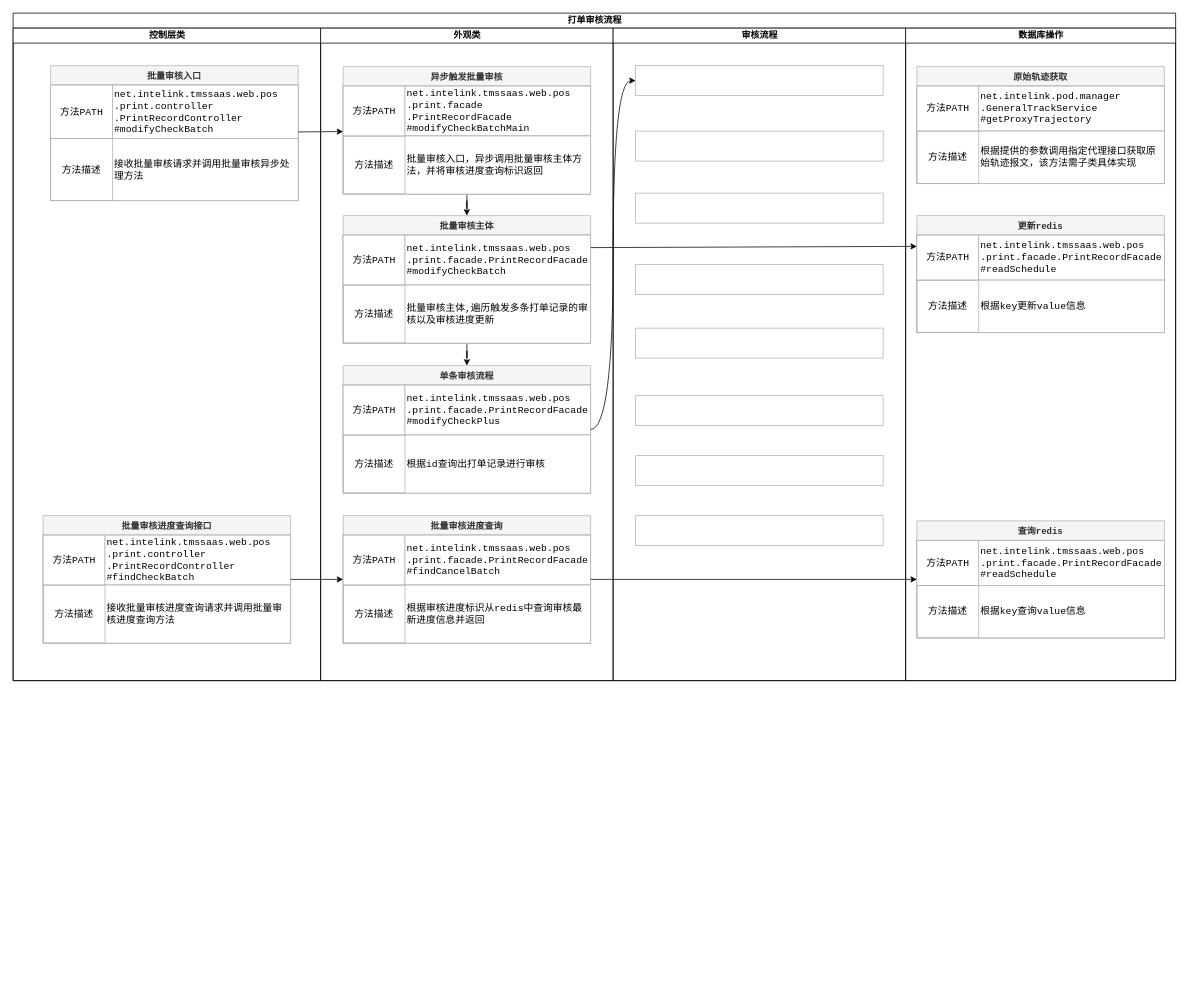
Earlier version of the draw.io diagram 交接相关图.drawio (xianguigit/drawio). Source tidied: cells renumbered, new cells numbered last; positions are measured from the earlier drawing's top-left corner, leaving out a move shared by most shapes. Both pictures are drawn from the tidied source at 75%, with x=0, y=0 at pixel (13, 13).
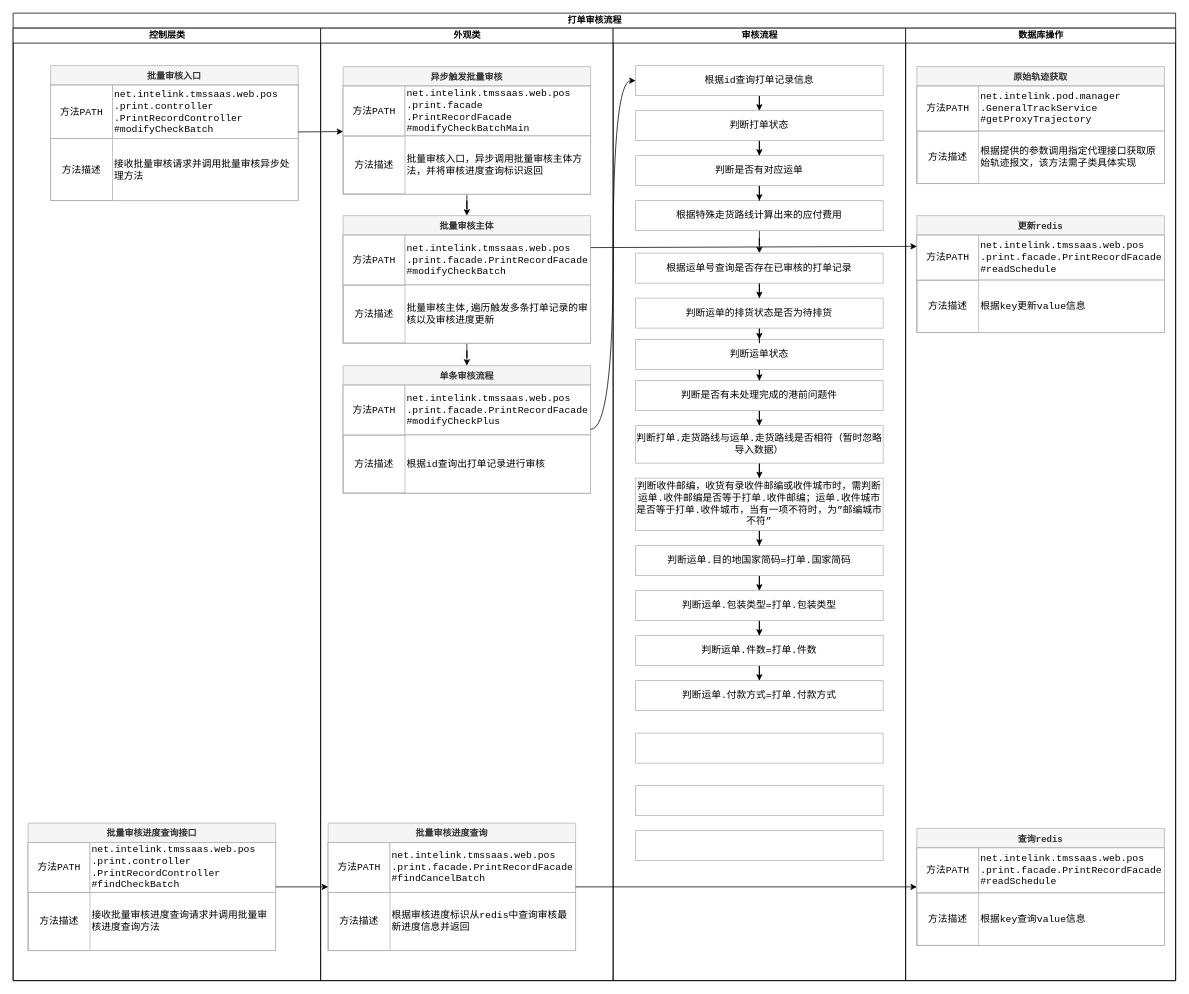
Above is the later version.

Commit message (it also covers changes not shown here):
更新交接相关图.drawio

Diff of the diagram source:
```diff
@@
     <mxCell id="2" value="打单审核流程" style="swimlane;html=1;startSize=20;" parent="1" vertex="1">
-      <mxGeometry width="1550" height="890" as="geometry" />
+      <mxGeometry width="1550" height="1290" as="geometry" />
     </mxCell>
     <mxCell id="3" value="控制层类" style="swimlane;html=1;startSize=20;" parent="2" vertex="1">
-      <mxGeometry y="20" width="410" height="870" as="geometry" />
+      <mxGeometry y="20" width="410" height="1270" as="geometry" />
     </mxCell>
@@
     <mxCell id="12" value="批量审核进度查询接口" style="swimlane;fontStyle=1;horizontal=1;startSize=26;fillColor=#f5f5f5;align=center;fontColor=#333333;strokeColor=#B3B3B3;fontFamily=Courier New;fontSize=12;swimlaneLine=1;" parent="3" vertex="1">
-      <mxGeometry x="40" y="650" width="330" height="170" as="geometry" />
+      <mxGeometry x="20" y="1060" width="330" height="170" as="geometry" />
     </mxCell>
@@
     <mxCell id="20" value="外观类" style="swimlane;html=1;startSize=20;" parent="2" vertex="1">
-      <mxGeometry x="410" y="20" width="390" height="870" as="geometry" />
+      <mxGeometry x="410" y="20" width="390" height="1270" as="geometry" />
     </mxCell>
@@
     <mxCell id="47" value="批量审核进度查询" style="swimlane;fontStyle=1;horizontal=1;startSize=26;fillColor=#f5f5f5;align=center;fontColor=#333333;strokeColor=#B3B3B3;fontFamily=Courier New;fontSize=12;swimlaneLine=1;" parent="20" vertex="1">
-      <mxGeometry x="30" y="650" width="330" height="170" as="geometry" />
+      <mxGeometry x="10" y="1060" width="330" height="170" as="geometry" />
     </mxCell>
@@
+    <mxCell id="92" style="edgeStyle=orthogonalEdgeStyle;rounded=0;jettySize=auto;html=1;" parent="2" edge="1" source="47" target="73">
+      <mxGeometry relative="1" as="geometry" />
+    </mxCell>
+    <mxCell id="91" style="edgeStyle=orthogonalEdgeStyle;rounded=0;jettySize=auto;html=1;" parent="2" edge="1" source="12" target="47">
+      <mxGeometry relative="1" as="geometry" />
+    </mxCell>
     <mxCell id="55" value="审核流程" style="swimlane;html=1;startSize=20;" parent="2" vertex="1">
-      <mxGeometry x="800" y="20" width="390" height="870" as="geometry" />
+      <mxGeometry x="800" y="20" width="390" height="1270" as="geometry" />
     </mxCell>
+    <mxCell id="94" style="edgeStyle=orthogonalEdgeStyle;rounded=0;jettySize=auto;html=1;" parent="55" edge="1" source="56" target="57">
+      <mxGeometry relative="1" as="geometry" />
+    </mxCell>
-    <mxCell id="56" style="whiteSpace=wrap;html=1;rounded=0;fontFamily=Courier New;fontSize=13;align=center;strokeColor=#B3B3B3;" parent="55" vertex="1">
+    <mxCell id="56" value="根据id查询打单记录信息" style="whiteSpace=wrap;html=1;rounded=0;fontFamily=Courier New;fontSize=13;align=center;strokeColor=#B3B3B3;" parent="55" vertex="1">
       <mxGeometry x="30" y="50" width="330" height="40" as="geometry" />
     </mxCell>
+    <mxCell id="95" style="edgeStyle=orthogonalEdgeStyle;rounded=0;jettySize=auto;html=1;" parent="55" edge="1" source="57" target="103">
+      <mxGeometry relative="1" as="geometry" />
+    </mxCell>
-    <mxCell id="57" style="whiteSpace=wrap;html=1;rounded=0;fontFamily=Courier New;fontSize=13;align=center;strokeColor=#B3B3B3;" parent="55" vertex="1">
-      <mxGeometry x="30" y="137.3" width="330" height="40" as="geometry" />
+    <mxCell id="57" value="判断打单状态" style="whiteSpace=wrap;html=1;rounded=0;fontFamily=Courier New;fontSize=13;align=center;strokeColor=#B3B3B3;" parent="55" vertex="1">
+      <mxGeometry x="30" y="110" width="330" height="40" as="geometry" />
     </mxCell>
+    <mxCell id="96" style="edgeStyle=orthogonalEdgeStyle;rounded=0;jettySize=auto;html=1;" parent="55" edge="1" source="58" target="59">
+      <mxGeometry relative="1" as="geometry" />
+    </mxCell>
-    <mxCell id="58" style="whiteSpace=wrap;html=1;rounded=0;fontFamily=Courier New;fontSize=13;align=center;strokeColor=#B3B3B3;" parent="55" vertex="1">
-      <mxGeometry x="30" y="220" width="330" height="40" as="geometry" />
+    <mxCell id="58" value="根据特殊走货路线计算出来的应付费用" style="whiteSpace=wrap;html=1;rounded=0;fontFamily=Courier New;fontSize=13;align=center;strokeColor=#B3B3B3;" parent="55" vertex="1">
+      <mxGeometry x="30" y="230" width="330" height="40" as="geometry" />
     </mxCell>
+    <mxCell id="97" style="edgeStyle=orthogonalEdgeStyle;rounded=0;jettySize=auto;html=1;" parent="55" edge="1" source="59" target="105">
+      <mxGeometry relative="1" as="geometry" />
+    </mxCell>
-    <mxCell id="59" style="whiteSpace=wrap;html=1;rounded=0;fontFamily=Courier New;fontSize=13;align=center;strokeColor=#B3B3B3;" parent="55" vertex="1">
-      <mxGeometry x="30" y="315" width="330" height="40" as="geometry" />
+    <mxCell id="59" value="根据运单号查询是否存在已审核的打单记录" style="whiteSpace=wrap;html=1;rounded=0;fontFamily=Courier New;fontSize=13;align=center;strokeColor=#B3B3B3;" parent="55" vertex="1">
+      <mxGeometry x="30" y="300" width="330" height="40" as="geometry" />
     </mxCell>
+    <mxCell id="98" style="edgeStyle=orthogonalEdgeStyle;rounded=0;jettySize=auto;html=1;" parent="55" edge="1" source="60" target="107">
+      <mxGeometry relative="1" as="geometry" />
+    </mxCell>
-    <mxCell id="60" style="whiteSpace=wrap;html=1;rounded=0;fontFamily=Courier New;fontSize=13;align=center;strokeColor=#B3B3B3;" parent="55" vertex="1">
-      <mxGeometry x="30" y="400" width="330" height="40" as="geometry" />
+    <mxCell id="60" value="判断运单状态" style="whiteSpace=wrap;html=1;rounded=0;fontFamily=Courier New;fontSize=13;align=center;strokeColor=#B3B3B3;" parent="55" vertex="1">
+      <mxGeometry x="30" y="415" width="330" height="40" as="geometry" />
     </mxCell>
+    <mxCell id="99" style="edgeStyle=orthogonalEdgeStyle;rounded=0;jettySize=auto;html=1;" parent="55" edge="1" source="61" target="62">
+      <mxGeometry relative="1" as="geometry" />
+    </mxCell>
-    <mxCell id="61" style="whiteSpace=wrap;html=1;rounded=0;fontFamily=Courier New;fontSize=13;align=center;strokeColor=#B3B3B3;" parent="55" vertex="1">
-      <mxGeometry x="30" y="490" width="330" height="40" as="geometry" />
+    <mxCell id="61" value="判断运单.目的地国家简码=打单.国家简码" style="whiteSpace=wrap;html=1;rounded=0;fontFamily=Courier New;fontSize=13;align=center;strokeColor=#B3B3B3;" parent="55" vertex="1">
+      <mxGeometry x="30" y="690" width="330" height="40" as="geometry" />
     </mxCell>
+    <mxCell id="100" style="edgeStyle=orthogonalEdgeStyle;rounded=0;jettySize=auto;html=1;" parent="55" edge="1" source="62" target="63">
+      <mxGeometry relative="1" as="geometry" />
+    </mxCell>
-    <mxCell id="62" style="whiteSpace=wrap;html=1;rounded=0;fontFamily=Courier New;fontSize=13;align=center;strokeColor=#B3B3B3;" parent="55" vertex="1">
-      <mxGeometry x="30" y="570" width="330" height="40" as="geometry" />
+    <mxCell id="62" value="判断运单.包装类型=打单.包装类型" style="whiteSpace=wrap;html=1;rounded=0;fontFamily=Courier New;fontSize=13;align=center;strokeColor=#B3B3B3;" parent="55" vertex="1">
+      <mxGeometry x="30" y="750" width="330" height="40" as="geometry" />
     </mxCell>
+    <mxCell id="101" style="edgeStyle=orthogonalEdgeStyle;rounded=0;jettySize=auto;html=1;" parent="55" edge="1" source="63" target="115">
+      <mxGeometry relative="1" as="geometry" />
+    </mxCell>
-    <mxCell id="63" style="whiteSpace=wrap;html=1;rounded=0;fontFamily=Courier New;fontSize=13;align=center;strokeColor=#B3B3B3;" parent="55" vertex="1">
-      <mxGeometry x="30" y="650" width="330" height="40" as="geometry" />
+    <mxCell id="63" value="判断运单.件数=打单.件数" style="whiteSpace=wrap;html=1;rounded=0;fontFamily=Courier New;fontSize=13;align=center;strokeColor=#B3B3B3;" parent="55" vertex="1">
+      <mxGeometry x="30" y="810" width="330" height="40" as="geometry" />
     </mxCell>
+    <mxCell id="102" style="edgeStyle=orthogonalEdgeStyle;rounded=0;jettySize=auto;html=1;" parent="55" edge="1" source="103" target="58">
+      <mxGeometry relative="1" as="geometry" />
+    </mxCell>
+    <mxCell id="103" value="判断是否有对应运单" style="whiteSpace=wrap;html=1;rounded=0;fontFamily=Courier New;fontSize=13;align=center;strokeColor=#B3B3B3;" parent="55" vertex="1">
+      <mxGeometry x="30" y="170" width="330" height="40" as="geometry" />
+    </mxCell>
+    <mxCell id="104" style="edgeStyle=orthogonalEdgeStyle;rounded=0;jettySize=auto;html=1;" parent="55" edge="1" source="105" target="60">
+      <mxGeometry relative="1" as="geometry" />
+    </mxCell>
+    <mxCell id="105" value="判断运单的排货状态是否为待排货" style="whiteSpace=wrap;html=1;rounded=0;fontFamily=Courier New;fontSize=13;align=center;strokeColor=#B3B3B3;" parent="55" vertex="1">
+      <mxGeometry x="30" y="360" width="330" height="40" as="geometry" />
+    </mxCell>
+    <mxCell id="106" style="edgeStyle=orthogonalEdgeStyle;rounded=0;jettySize=auto;html=1;" parent="55" edge="1" source="107" target="109">
+      <mxGeometry relative="1" as="geometry" />
+    </mxCell>
+    <mxCell id="107" value="判断是否有未处理完成的港前问题件" style="whiteSpace=wrap;html=1;rounded=0;fontFamily=Courier New;fontSize=13;align=center;strokeColor=#B3B3B3;" parent="55" vertex="1">
+      <mxGeometry x="30" y="470" width="330" height="40" as="geometry" />
+    </mxCell>
+    <mxCell id="108" style="edgeStyle=orthogonalEdgeStyle;rounded=0;jettySize=auto;html=1;" parent="55" edge="1" source="109" target="111">
+      <mxGeometry relative="1" as="geometry" />
+    </mxCell>
+    <mxCell id="109" value="判断打单.走货路线与运单.走货路线是否相符（暂时忽略导入数据）" style="whiteSpace=wrap;html=1;rounded=0;fontFamily=Courier New;fontSize=13;align=center;strokeColor=#B3B3B3;" parent="55" vertex="1">
+      <mxGeometry x="30" y="530" width="330" height="50" as="geometry" />
+    </mxCell>
+    <mxCell id="110" style="edgeStyle=orthogonalEdgeStyle;rounded=0;jettySize=auto;html=1;" parent="55" edge="1" source="111" target="61">
+      <mxGeometry relative="1" as="geometry" />
+    </mxCell>
+    <mxCell id="111" value="判断收件邮编，收货有录收件邮编或收件城市时，需判断运单.收件邮编是否等于打单.收件邮编；运单.收件城市是否等于打单.收件城市，当有一项不符时，为”邮编城市不符”" style="whiteSpace=wrap;html=1;rounded=0;fontFamily=Courier New;fontSize=13;align=center;strokeColor=#B3B3B3;" parent="55" vertex="1">
+      <mxGeometry x="30" y="600" width="330" height="70" as="geometry" />
+    </mxCell>
+    <mxCell id="112" style="whiteSpace=wrap;html=1;rounded=0;fontFamily=Courier New;fontSize=13;align=center;strokeColor=#B3B3B3;" parent="55" vertex="1">
+      <mxGeometry x="30" y="940" width="330" height="40" as="geometry" />
+    </mxCell>
+    <mxCell id="113" style="whiteSpace=wrap;html=1;rounded=0;fontFamily=Courier New;fontSize=13;align=center;strokeColor=#B3B3B3;" parent="55" vertex="1">
+      <mxGeometry x="30" y="1010" width="330" height="40" as="geometry" />
+    </mxCell>
+    <mxCell id="114" style="whiteSpace=wrap;html=1;rounded=0;fontFamily=Courier New;fontSize=13;align=center;strokeColor=#B3B3B3;" parent="55" vertex="1">
+      <mxGeometry x="30" y="1070" width="330" height="40" as="geometry" />
+    </mxCell>
+    <mxCell id="115" value="判断运单.付款方式=打单.付款方式" style="whiteSpace=wrap;html=1;rounded=0;fontFamily=Courier New;fontSize=13;align=center;strokeColor=#B3B3B3;" parent="55" vertex="1">
+      <mxGeometry x="30" y="870" width="330" height="40" as="geometry" />
+    </mxCell>
     <mxCell id="64" value="数据库操作" style="swimlane;html=1;startSize=20;" parent="2" vertex="1">
-      <mxGeometry x="1190" y="20" width="360" height="870" as="geometry" />
+      <mxGeometry x="1190" y="20" width="360" height="1270" as="geometry" />
     </mxCell>
@@
     <mxCell id="73" value="查询redis" style="swimlane;fontStyle=1;horizontal=1;startSize=26;fillColor=#f5f5f5;align=center;fontColor=#333333;strokeColor=#B3B3B3;fontFamily=Courier New;fontSize=12;swimlaneLine=1;" parent="64" vertex="1">
-      <mxGeometry x="15" y="657" width="330" height="156" as="geometry" />
+      <mxGeometry x="15" y="1067" width="330" height="156" as="geometry" />
     </mxCell>
@@
-    <mxCell id="91" style="edgeStyle=orthogonalEdgeStyle;rounded=0;jettySize=auto;html=1;" parent="2" edge="1" source="12" target="47">
-      <mxGeometry relative="1" as="geometry" />
-    </mxCell>
-    <mxCell id="92" style="edgeStyle=orthogonalEdgeStyle;rounded=0;jettySize=auto;html=1;" parent="2" edge="1" source="47" target="73">
-      <mxGeometry relative="1" as="geometry" />
-    </mxCell>
```
